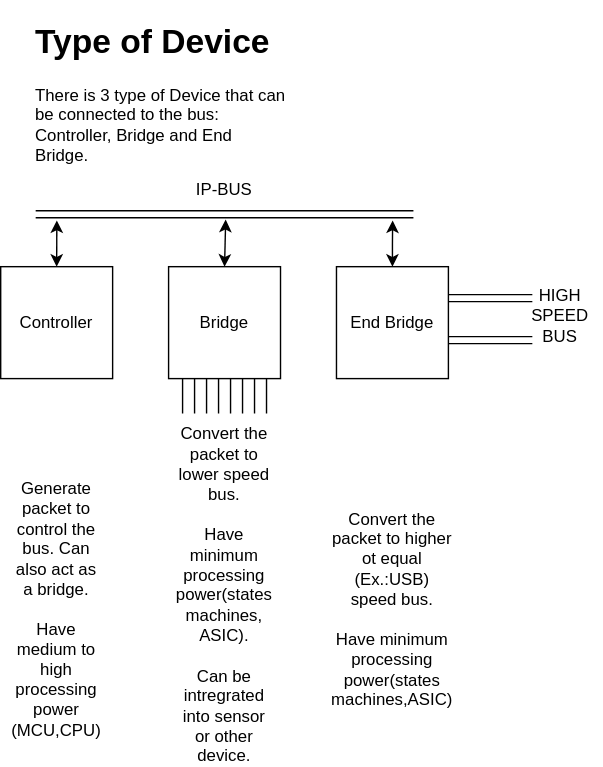
Above: Controller_Bridge.svg in cdg66/BUS_figures (draw.io), before the change. Source tidied: cells renumbered, new cells last; positions are measured from the earlier drawing's top-left corner, leaving out a move shared by most shapes.
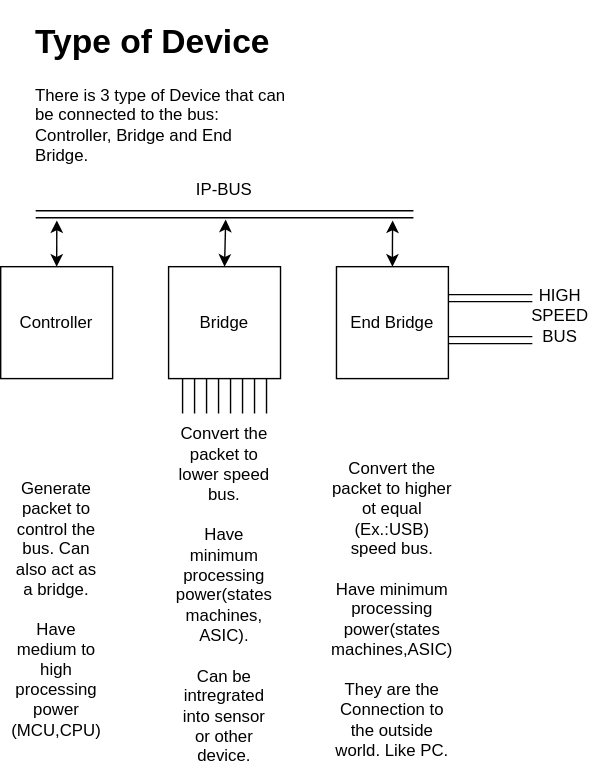
After the change.

The edit, as a diff of the source:
```diff
@@ -14,7 +14,7 @@
     <mxCell id="5" value="&lt;div&gt;Convert the packet to lower speed bus.&lt;/div&gt;&lt;div&gt;&lt;br&gt;&lt;/div&gt;&lt;div&gt;Have minimum processing power(states machines, ASIC).&lt;/div&gt;&lt;div&gt;&lt;br&gt;&lt;/div&gt;&lt;div&gt;Can be intregrated into sensor or other device.&lt;br&gt;&lt;/div&gt;" style="text;html=1;strokeColor=none;fillColor=none;align=center;verticalAlign=middle;whiteSpace=wrap;rounded=0;" parent="1" vertex="1">
       <mxGeometry x="130" y="400" width="60" height="30" as="geometry" />
     </mxCell>
-    <mxCell id="6" value="&lt;div&gt;Convert the packet to higher ot equal (Ex.:USB) speed bus. &lt;br&gt;&lt;/div&gt;&lt;div&gt;&lt;br&gt;&lt;/div&gt;&lt;div&gt;Have minimum processing power(states machines,ASIC)&lt;/div&gt;" style="text;html=1;strokeColor=none;fillColor=none;align=center;verticalAlign=middle;whiteSpace=wrap;rounded=0;" parent="1" vertex="1">
+    <mxCell id="6" value="&lt;div&gt;Convert the packet to higher ot equal (Ex.:USB) speed bus. &lt;br&gt;&lt;/div&gt;&lt;div&gt;&lt;br&gt;&lt;/div&gt;&lt;div&gt;Have minimum processing power(states machines,ASIC)&lt;/div&gt;&lt;div&gt;&lt;br&gt;&lt;/div&gt;&lt;div&gt;They are the Connection to the outside world. Like PC.&lt;br&gt;&lt;/div&gt;" style="text;html=1;strokeColor=none;fillColor=none;align=center;verticalAlign=middle;whiteSpace=wrap;rounded=0;" parent="1" vertex="1">
       <mxGeometry x="250" y="410" width="60" height="30" as="geometry" />
     </mxCell>
     <mxCell id="7" value="&lt;div&gt;Generate packet to control the bus. Can also act as a bridge.&lt;/div&gt;&lt;div&gt;&lt;br&gt;&lt;/div&gt;&lt;div&gt;Have medium to high processing power&lt;/div&gt;&lt;div&gt;(MCU,CPU)&lt;/div&gt;" style="text;html=1;strokeColor=none;fillColor=none;align=center;verticalAlign=middle;whiteSpace=wrap;rounded=0;" parent="1" vertex="1">
```
